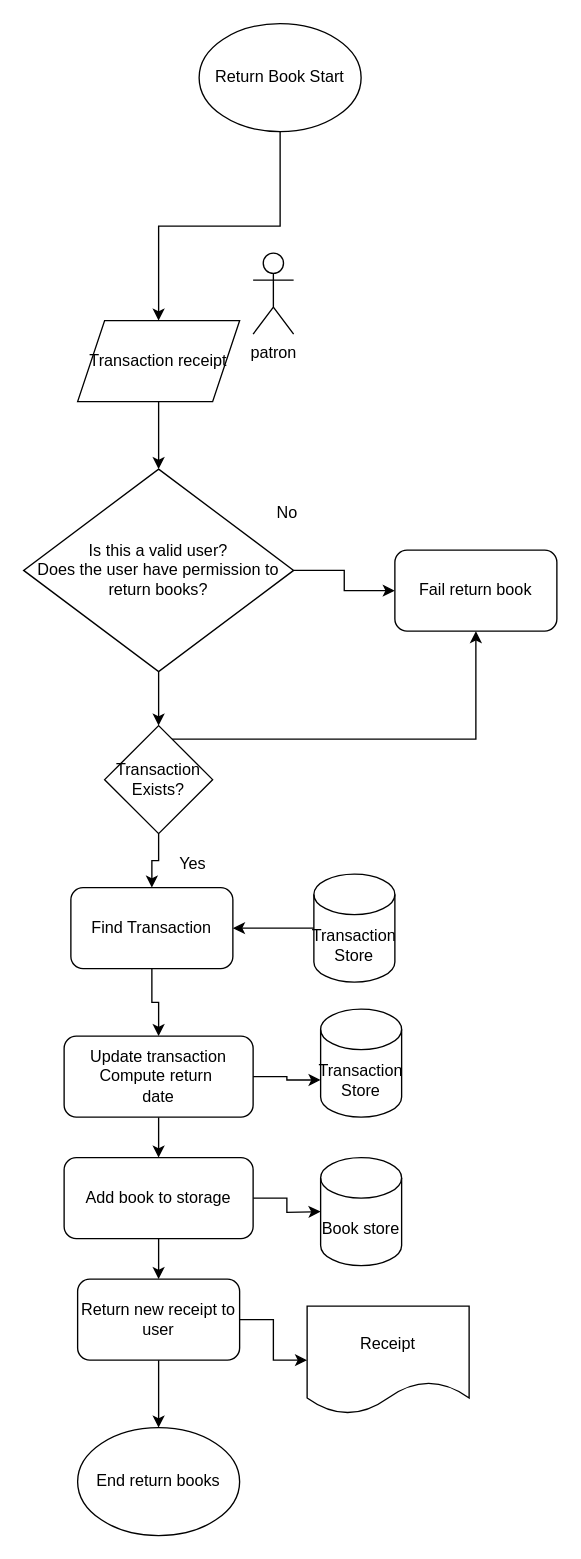
The draw.io diagram page "Return Book" (3 of 10) of library_flowchart.drawio in achyuthparth/cs132Library, before the edit. Source tidied: cells renumbered, new cells numbered last; positions are measured from the earlier drawing's top-left corner, leaving out a move shared by most shapes. Both pictures are drawn from the tidied source at 135%, with x=0, y=0 at pixel (23, 23).
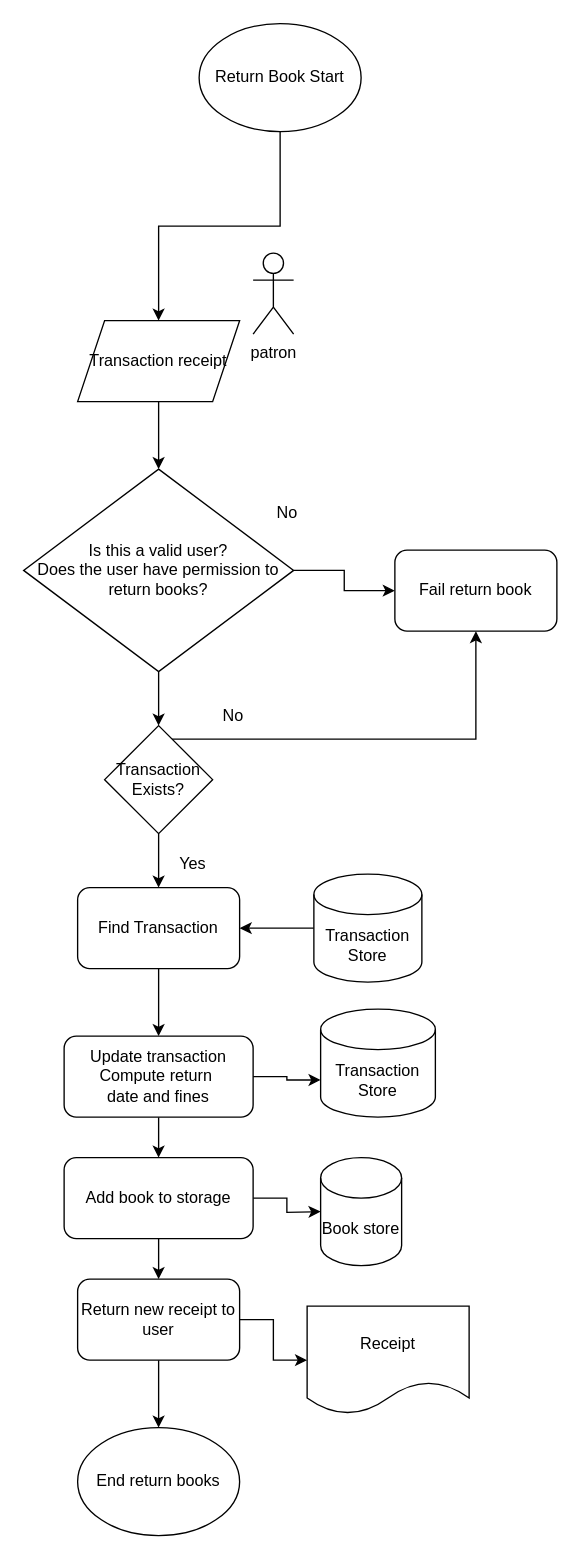
The same diagram, later.

The edit, as a diff of the source:
```diff
@@
-    <mxCell id="10" value="Update transaction&lt;div&gt;Compute return&amp;nbsp;&lt;/div&gt;&lt;div&gt;date&lt;/div&gt;" style="rounded=1;whiteSpace=wrap;html=1;" parent="1" vertex="1">
+    <mxCell id="10" value="Update transaction&lt;div&gt;Compute return&amp;nbsp;&lt;/div&gt;&lt;div&gt;date and fines&lt;/div&gt;" style="rounded=1;whiteSpace=wrap;html=1;" parent="1" vertex="1">
       <mxGeometry x="30" y="750" width="140" height="60" as="geometry" />
     </mxCell>
@@
     <mxCell id="20" value="Transaction Store" style="shape=cylinder3;whiteSpace=wrap;html=1;boundedLbl=1;backgroundOutline=1;size=15;" parent="1" vertex="1">
-      <mxGeometry x="220" y="730" width="60" height="80" as="geometry" />
+      <mxGeometry x="220" y="730" width="85" height="80" as="geometry" />
     </mxCell>
@@
     <mxCell id="29" value="Find Transaction" style="rounded=1;whiteSpace=wrap;html=1;" parent="1" vertex="1">
-      <mxGeometry x="35" y="640" width="120" height="60" as="geometry" />
+      <mxGeometry x="40" y="640" width="120" height="60" as="geometry" />
     </mxCell>
@@
     <mxCell id="31" value="Transaction Store" style="shape=cylinder3;whiteSpace=wrap;html=1;boundedLbl=1;backgroundOutline=1;size=15;" parent="1" vertex="1">
-      <mxGeometry x="215" y="630" width="60" height="80" as="geometry" />
+      <mxGeometry x="215" y="630" width="80" height="80" as="geometry" />
     </mxCell>
@@
+    <mxCell id="33" value="No" style="text;html=1;align=center;verticalAlign=middle;strokeColor=none;fillColor=none;" parent="1" vertex="1">
+      <mxGeometry x="135" y="498" width="40" height="30" as="geometry" />
+    </mxCell>
```
